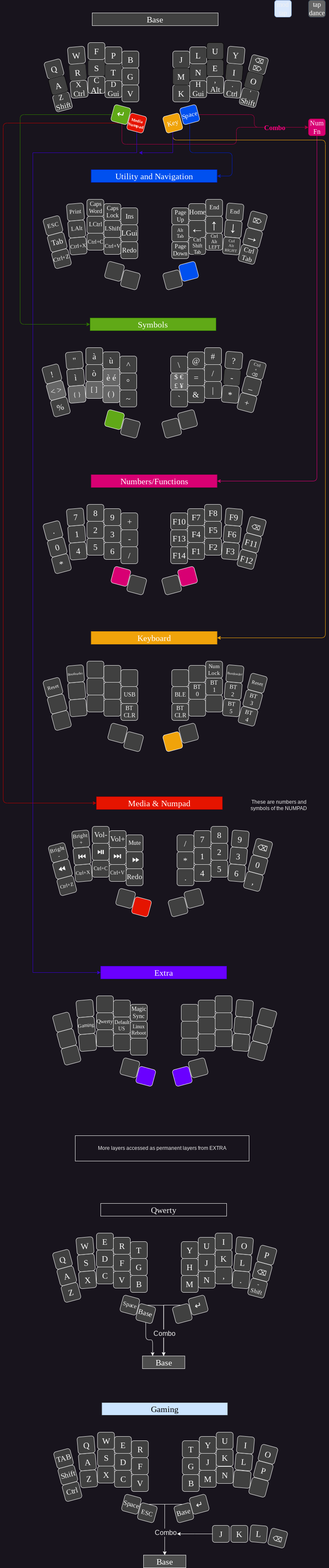
This is Cotechino.png from fractalysid/Cotechino_Keyboard_Layout, a draw.io export, as it was before one commit. Source tidied: cells renumbered, new cells last; positions are measured from the earlier drawing's top-left corner, leaving out a move shared by most shapes.
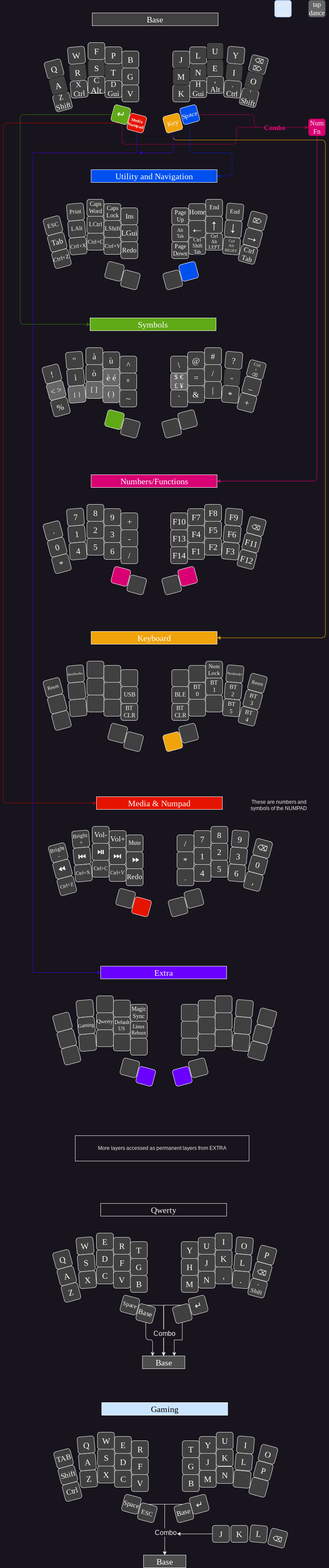
The same diagram one commit later.

Diff of the diagram source:
```diff
@@ -122,7 +122,7 @@
     <mxCell id="34" value="LAlt" style="rounded=1;whiteSpace=wrap;html=1;fontSize=14;fillColor=#404040;fontFamily=Tahoma;fontColor=#FAFAFA;rotation=355;" parent="1" vertex="1">
       <mxGeometry x="153.5" y="520" width="40" height="40" as="geometry" />
     </mxCell>
-    <mxCell id="35" value="Utility and Navigation" style="rounded=0;whiteSpace=wrap;html=1;fontSize=20;fillColor=#0050ef;glass=0;sketch=0;fontFamily=Lucida Console;strokeColor=#001DBC;fontColor=#ffffff;" parent="1" vertex="1">
+    <mxCell id="35" value="Utility and Navigation" style="rounded=0;whiteSpace=wrap;html=1;fontSize=20;fillColor=#0050ef;glass=0;sketch=0;fontFamily=Lucida Console;strokeColor=#FFFFFF;fontColor=#ffffff;" parent="1" vertex="1">
       <mxGeometry x="207.5" y="400" width="297" height="30" as="geometry" />
     </mxCell>
     <mxCell id="36" value="&lt;span style=&quot;color: rgb(250, 250, 250); font-family: Tahoma; font-size: 16px; font-style: normal; font-variant-ligatures: normal; font-variant-caps: normal; font-weight: 400; letter-spacing: normal; orphans: 2; text-align: center; text-indent: 0px; text-transform: none; widows: 2; word-spacing: 0px; -webkit-text-stroke-width: 0px; background-color: rgb(64, 64, 64); text-decoration-thickness: initial; text-decoration-style: initial; text-decoration-color: initial; float: none; display: inline !important;&quot;&gt;Redo&lt;/span&gt;" style="rounded=1;whiteSpace=wrap;html=1;fontSize=16;fillColor=#404040;fontFamily=Tahoma;fontColor=#FAFAFA;" parent="1" vertex="1">
@@ -218,7 +218,7 @@
     <mxCell id="66" value="ì" style="rounded=1;whiteSpace=wrap;html=1;fontSize=20;fillColor=#404040;fontFamily=Tahoma;fontColor=#FAFAFA;rotation=355;" parent="1" vertex="1">
       <mxGeometry x="151" y="870" width="40" height="40" as="geometry" />
     </mxCell>
-    <mxCell id="67" value="Symbols" style="rounded=0;whiteSpace=wrap;html=1;fontSize=20;fillColor=#60a917;glass=0;sketch=0;fontFamily=Lucida Console;strokeColor=#2D7600;fontColor=#ffffff;" parent="1" vertex="1">
+    <mxCell id="67" value="Symbols" style="rounded=0;whiteSpace=wrap;html=1;fontSize=20;fillColor=#60a917;glass=0;sketch=0;fontFamily=Lucida Console;strokeColor=#FFFFFF;fontColor=#ffffff;" parent="1" vertex="1">
       <mxGeometry x="205" y="750" width="297" height="30" as="geometry" />
     </mxCell>
     <mxCell id="68" value="~" style="rounded=1;whiteSpace=wrap;html=1;fontSize=20;fillColor=#404040;fontFamily=Tahoma;fontColor=#FAFAFA;" parent="1" vertex="1">
@@ -314,7 +314,7 @@
     <mxCell id="98" value="1" style="rounded=1;whiteSpace=wrap;html=1;fontSize=20;fillColor=#404040;fontFamily=Tahoma;fontColor=#FAFAFA;rotation=355;" parent="1" vertex="1">
       <mxGeometry x="153.5" y="1240" width="40" height="40" as="geometry" />
     </mxCell>
-    <mxCell id="99" value="Numbers/Functions" style="rounded=0;whiteSpace=wrap;html=1;fontSize=20;fillColor=#D80073;glass=0;sketch=0;fontFamily=Lucida Console;strokeColor=#A8005A;fontColor=#FFFFFF;" parent="1" vertex="1">
+    <mxCell id="99" value="Numbers/Functions" style="rounded=0;whiteSpace=wrap;html=1;fontSize=20;fillColor=#D80073;glass=0;sketch=0;fontFamily=Lucida Console;strokeColor=#FFFFFF;fontColor=#FFFFFF;" parent="1" vertex="1">
       <mxGeometry x="207.5" y="1120" width="297" height="30" as="geometry" />
     </mxCell>
     <mxCell id="100" value="/" style="rounded=1;whiteSpace=wrap;html=1;fontSize=20;fillColor=#404040;fontFamily=Tahoma;fontColor=#FAFAFA;" parent="1" vertex="1">
@@ -413,7 +413,7 @@
     <mxCell id="131" style="rounded=1;whiteSpace=wrap;html=1;fontSize=14;fillColor=#404040;fontFamily=Tahoma;fontColor=#FAFAFA;rotation=355;" parent="1" vertex="1">
       <mxGeometry x="153.5" y="1610" width="40" height="40" as="geometry" />
     </mxCell>
-    <mxCell id="132" value="Keyboard" style="rounded=0;whiteSpace=wrap;html=1;fontSize=20;fillColor=#F0A30A;glass=0;sketch=0;fontColor=#ffffff;fontFamily=Lucida Console;strokeColor=#CC8B08;" parent="1" vertex="1">
+    <mxCell id="132" value="Keyboard" style="rounded=0;whiteSpace=wrap;html=1;fontSize=20;fillColor=#F0A30A;glass=0;sketch=0;fontColor=#ffffff;fontFamily=Lucida Console;strokeColor=#FFFFFF;" parent="1" vertex="1">
       <mxGeometry x="207.5" y="1490" width="297" height="30" as="geometry" />
     </mxCell>
     <mxCell id="133" value="BT&lt;br&gt;&lt;span style=&quot;background-color: rgb(64, 64, 64);&quot;&gt;CLR&lt;/span&gt;" style="rounded=1;whiteSpace=wrap;html=1;fontSize=14;fillColor=#404040;fontFamily=Tahoma;fontColor=#FAFAFA;" parent="1" vertex="1">
@@ -706,6 +706,9 @@
     <mxCell id="220" style="rounded=1;whiteSpace=wrap;html=1;fontSize=20;fillColor=#f0a30a;fontFamily=Tahoma;fontColor=#000000;rotation=345;flipV=0;flipH=0;direction=east;strokeColor=#FFFFFF;" parent="1" vertex="1">
       <mxGeometry x="380" y="1730" width="40" height="40" as="geometry" />
     </mxCell>
+    <mxCell id="346" style="edgeStyle=orthogonalEdgeStyle;rounded=0;jettySize=auto;html=1;entryX=0.75;entryY=0;entryDx=0;entryDy=0;" parent="1" edge="1" source="221" target="205">
+      <mxGeometry relative="1" as="geometry" />
+    </mxCell>
     <mxCell id="221" style="rounded=1;whiteSpace=wrap;html=1;fontSize=20;fillColor=#404040;fontFamily=Tahoma;fontColor=#FAFAFA;rotation=345;flipV=0;flipH=0;direction=east;" parent="1" vertex="1">
       <mxGeometry x="402.5" y="3080" width="40" height="40" as="geometry" />
     </mxCell>
@@ -744,7 +747,7 @@
     <mxCell id="229" value="A" style="rounded=1;whiteSpace=wrap;html=1;fontSize=20;fillColor=#404040;fontFamily=Tahoma;fontColor=#FAFAFA;rotation=355;" parent="1" vertex="1">
       <mxGeometry x="178.5" y="3430" width="40" height="40" as="geometry" />
     </mxCell>
-    <mxCell id="230" value="Gaming" style="rounded=0;whiteSpace=wrap;html=1;fontSize=20;glass=0;sketch=0;fontFamily=Lucida Console;fillColor=#cce5ff;strokeColor=#36393d;fontColor=#000000;" parent="1" vertex="1">
+    <mxCell id="230" value="Gaming" style="rounded=0;whiteSpace=wrap;html=1;fontSize=20;glass=0;sketch=0;fontFamily=Lucida Console;fillColor=#cce5ff;strokeColor=#FFFFFF;fontColor=#000000;" parent="1" vertex="1">
       <mxGeometry x="232.5" y="3310" width="297" height="30" as="geometry" />
     </mxCell>
     <mxCell id="231" value="V" style="rounded=1;whiteSpace=wrap;html=1;fontSize=20;fillColor=#404040;fontFamily=Tahoma;fontColor=#FAFAFA;" parent="1" vertex="1">
@@ -882,7 +885,7 @@
     <mxCell id="273" value="mod&lt;br&gt;tap" style="rounded=1;whiteSpace=wrap;html=1;fontSize=16;fillColor=#dae8fc;fontFamily=Tahoma;flipV=0;flipH=0;direction=east;strokeColor=#6c8ebf;" parent="1" vertex="1">
       <mxGeometry x="640" width="40" height="40" as="geometry" />
     </mxCell>
-    <mxCell id="274" value="Media &amp;amp; Numpad" style="rounded=0;whiteSpace=wrap;html=1;fontSize=20;glass=0;sketch=0;fontFamily=Lucida Console;fillColor=#e51400;strokeColor=#B20000;fontColor=#ffffff;" parent="1" vertex="1">
+    <mxCell id="274" value="Media &amp;amp; Numpad" style="rounded=0;whiteSpace=wrap;html=1;fontSize=20;glass=0;sketch=0;fontFamily=Lucida Console;fillColor=#e51400;strokeColor=#FFFFFF;fontColor=#ffffff;" parent="1" vertex="1">
       <mxGeometry x="220" y="1880" width="297" height="30" as="geometry" />
     </mxCell>
     <mxCell id="275" value="Redo" style="rounded=1;whiteSpace=wrap;html=1;fontSize=17;fillColor=#404040;fontFamily=Tahoma;fontColor=#FAFAFA;" parent="1" vertex="1">
@@ -987,7 +990,7 @@
     <mxCell id="308" value="⏪︎" style="rounded=1;whiteSpace=wrap;html=1;fontSize=22;fillColor=#404040;fontFamily=Tahoma;fontColor=#FAFAFA;rotation=345;" parent="1" vertex="1">
       <mxGeometry x="120" y="2031" width="40" height="40" as="geometry" />
     </mxCell>
-    <mxCell id="309" value="Extra" style="rounded=0;whiteSpace=wrap;html=1;fontSize=20;glass=0;sketch=0;fontFamily=Lucida Console;fillColor=#6a00ff;strokeColor=#3700CC;fontColor=#ffffff;" parent="1" vertex="1">
+    <mxCell id="309" value="Extra" style="rounded=0;whiteSpace=wrap;html=1;fontSize=20;glass=0;sketch=0;fontFamily=Lucida Console;fillColor=#6a00ff;strokeColor=#FFFFFF;fontColor=#ffffff;" parent="1" vertex="1">
       <mxGeometry x="230" y="2280" width="297" height="30" as="geometry" />
     </mxCell>
     <mxCell id="310" style="rounded=1;whiteSpace=wrap;html=1;fontSize=17;fillColor=#404040;fontFamily=Tahoma;fontColor=#FAFAFA;" parent="1" vertex="1">
```
